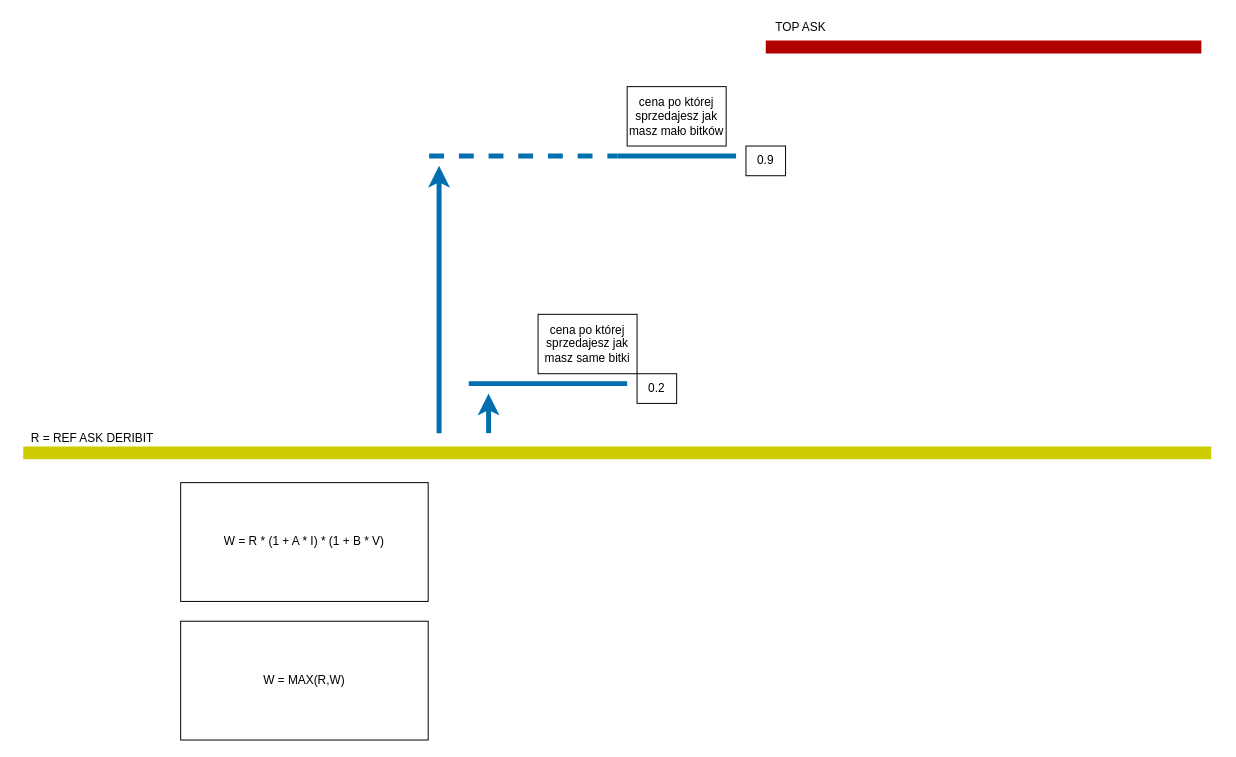
Before: docs/delta_epsilon.drawio in oskarissimus/nagasaki, a draw.io diagram. Source tidied: cells renumbered, new cells numbered last; positions are measured from the earlier drawing's top-left corner, leaving out a move shared by most shapes. Both pictures are drawn from the tidied source at 99%, with x=0, y=0 at pixel (23, 17).
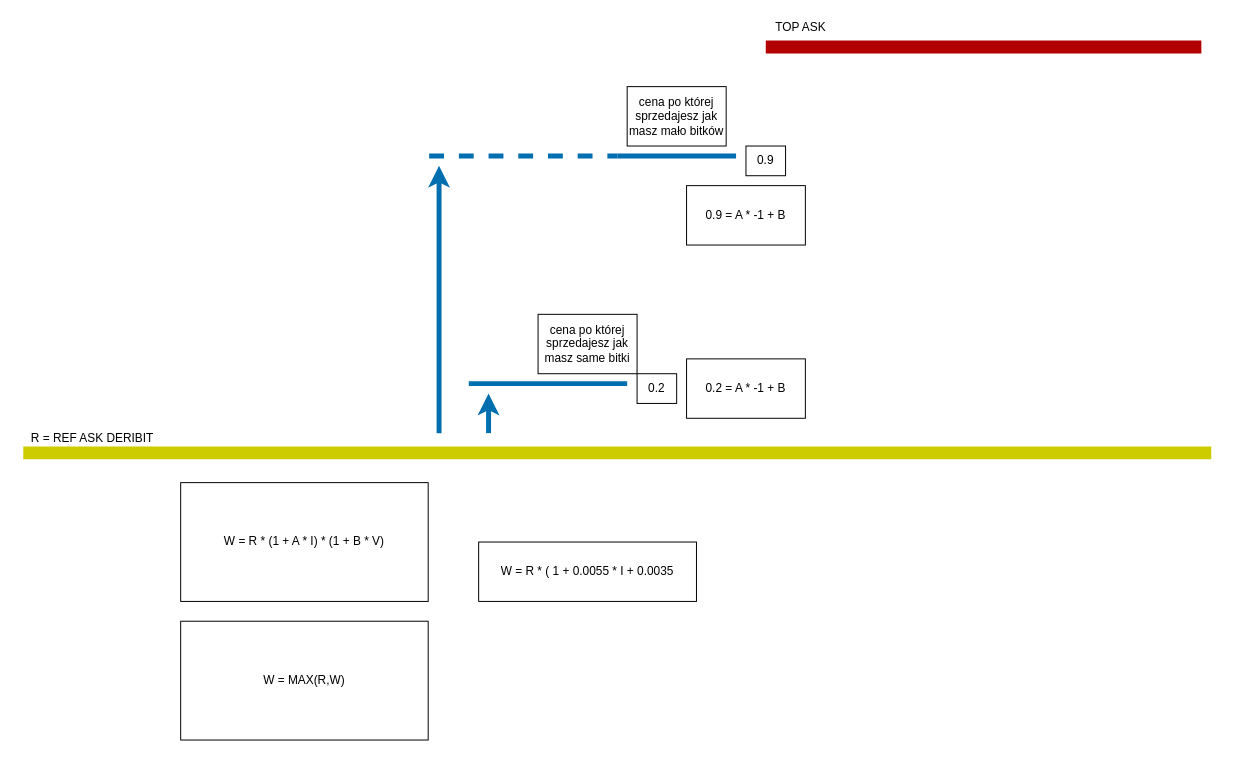
After the change.

The edit, as a diff of the source:
```diff
@@
+    <mxCell id="17" value="0.2 = A * -1 + B" style="whiteSpace=wrap;html=1;" parent="1" vertex="1">
+      <mxGeometry x="670" y="345" width="120" height="60" as="geometry" />
+    </mxCell>
+    <mxCell id="18" value="0.9 = A * -1 + B" style="whiteSpace=wrap;html=1;" parent="1" vertex="1">
+      <mxGeometry x="670" y="170" width="120" height="60" as="geometry" />
+    </mxCell>
+    <mxCell id="19" value="W = R * ( 1 + 0.0055 * I + 0.0035" style="whiteSpace=wrap;html=1;" parent="1" vertex="1">
+      <mxGeometry x="460" y="530" width="220" height="60" as="geometry" />
+    </mxCell>
```
